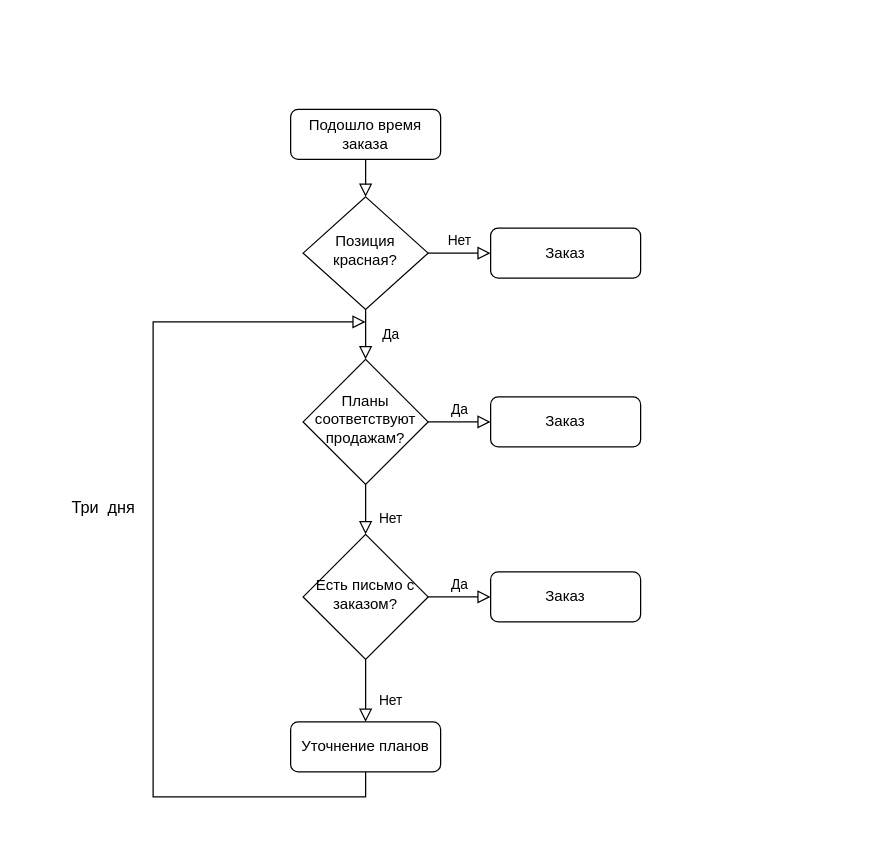
The draw.io diagram Untitled Diagram.drawio in CoolStartup/StartupIdeas, before the edit. Source tidied: cells renumbered, new cells numbered last; positions are measured from the earlier drawing's top-left corner, leaving out a move shared by most shapes. Both pictures are drawn from the tidied source at 125%, with x=0, y=0 at pixel (152, 109).
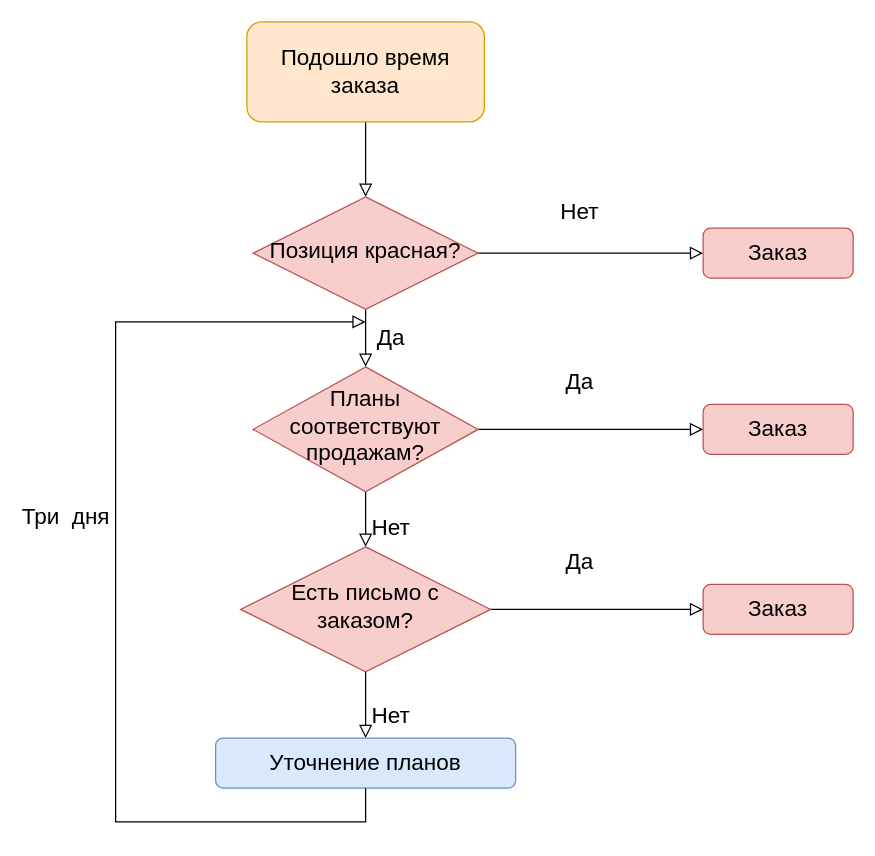
The same page after the edit.

What changed in the source:
```diff
@@
-    <mxCell id="3" value="Подошло время заказа" style="rounded=1;whiteSpace=wrap;html=1;fontSize=12;glass=0;strokeWidth=1;shadow=0;" parent="1" vertex="1">
-      <mxGeometry x="110" width="120" height="40" as="geometry" />
+    <mxCell id="3" value="Подошло время заказа" style="rounded=1;whiteSpace=wrap;html=1;fontSize=18;glass=0;strokeWidth=1;shadow=0;fillColor=#ffe6cc;strokeColor=#d79b00;" parent="1" vertex="1">
+      <mxGeometry x="75" y="-70" width="190" height="80" as="geometry" />
     </mxCell>
-    <mxCell id="4" value="Да" style="rounded=0;html=1;jettySize=auto;fontSize=11;endArrow=block;endFill=0;endSize=8;strokeWidth=1;shadow=0;labelBackgroundColor=none;edgeStyle=orthogonalEdgeStyle;" parent="1" edge="1" source="6" target="10">
+    <mxCell id="4" value="Да" style="rounded=0;html=1;jettySize=auto;fontSize=18;endArrow=block;endFill=0;endSize=8;strokeWidth=1;shadow=0;labelBackgroundColor=none;edgeStyle=orthogonalEdgeStyle;" parent="1" edge="1" source="6" target="10">
       <mxGeometry y="20" relative="1" as="geometry" />
     </mxCell>
-    <mxCell id="5" value="Нет" style="edgeStyle=orthogonalEdgeStyle;rounded=0;html=1;jettySize=auto;fontSize=11;endArrow=block;endFill=0;endSize=8;strokeWidth=1;shadow=0;labelBackgroundColor=none;" parent="1" edge="1" source="6" target="7">
-      <mxGeometry y="10" relative="1" as="geometry" />
+    <mxCell id="5" value="Нет" style="edgeStyle=orthogonalEdgeStyle;rounded=0;html=1;jettySize=auto;fontSize=18;endArrow=block;endFill=0;endSize=8;strokeWidth=1;shadow=0;labelBackgroundColor=none;" parent="1" edge="1" source="6" target="7">
+      <mxGeometry x="0.01" y="34" relative="1" as="geometry">
+        <mxPoint x="-10" y="1" as="offset" />
+      </mxGeometry>
     </mxCell>
-    <mxCell id="6" value="Позиция красная?" style="rhombus;whiteSpace=wrap;html=1;shadow=0;fontFamily=Helvetica;fontSize=12;align=center;strokeWidth=1;spacing=6;spacingTop=-4;" parent="1" vertex="1">
-      <mxGeometry x="120" y="70" width="100" height="90" as="geometry" />
+    <mxCell id="6" value="Позиция красная?" style="rhombus;whiteSpace=wrap;html=1;shadow=0;fontFamily=Helvetica;fontSize=18;align=center;strokeWidth=1;spacing=6;spacingTop=-4;fillColor=#f8cecc;strokeColor=#b85450;" parent="1" vertex="1">
+      <mxGeometry x="80" y="70" width="180" height="90" as="geometry" />
     </mxCell>
-    <mxCell id="7" value="Заказ" style="rounded=1;whiteSpace=wrap;html=1;fontSize=12;glass=0;strokeWidth=1;shadow=0;" parent="1" vertex="1">
-      <mxGeometry x="270" y="95" width="120" height="40" as="geometry" />
+    <mxCell id="7" value="Заказ" style="rounded=1;whiteSpace=wrap;html=1;fontSize=18;glass=0;strokeWidth=1;shadow=0;fillColor=#f8cecc;strokeColor=#b85450;" parent="1" vertex="1">
+      <mxGeometry x="440" y="95" width="120" height="40" as="geometry" />
     </mxCell>
-    <mxCell id="8" value="Нет" style="rounded=0;html=1;jettySize=auto;fontSize=11;endArrow=block;endFill=0;endSize=8;strokeWidth=1;shadow=0;labelBackgroundColor=none;edgeStyle=orthogonalEdgeStyle;entryX=0.5;entryY=0;entryDx=0;entryDy=0;" parent="1" edge="1" source="10" target="14">
+    <mxCell id="8" value="Нет" style="rounded=0;html=1;jettySize=auto;fontSize=18;endArrow=block;endFill=0;endSize=8;strokeWidth=1;shadow=0;labelBackgroundColor=none;edgeStyle=orthogonalEdgeStyle;entryX=0.5;entryY=0;entryDx=0;entryDy=0;" parent="1" edge="1" source="10" target="14">
       <mxGeometry x="0.33" y="20" relative="1" as="geometry" />
     </mxCell>
-    <mxCell id="9" value="Да" style="edgeStyle=orthogonalEdgeStyle;rounded=0;html=1;jettySize=auto;fontSize=11;endArrow=block;endFill=0;endSize=8;strokeWidth=1;shadow=0;labelBackgroundColor=none;" parent="1" edge="1" source="10" target="11">
-      <mxGeometry y="10" relative="1" as="geometry" />
+    <mxCell id="9" value="Да" style="edgeStyle=orthogonalEdgeStyle;rounded=0;html=1;jettySize=auto;fontSize=18;endArrow=block;endFill=0;endSize=8;strokeWidth=1;shadow=0;labelBackgroundColor=none;" parent="1" edge="1" source="10" target="11">
+      <mxGeometry x="0.01" y="39" relative="1" as="geometry">
+        <mxPoint x="-10" y="1" as="offset" />
+      </mxGeometry>
     </mxCell>
-    <mxCell id="10" value="Планы соответствуют продажам?" style="rhombus;whiteSpace=wrap;html=1;shadow=0;fontFamily=Helvetica;fontSize=12;align=center;strokeWidth=1;spacing=6;spacingTop=-4;" parent="1" vertex="1">
-      <mxGeometry x="120" y="200" width="100" height="100" as="geometry" />
+    <mxCell id="10" value="Планы соответствуют продажам?" style="rhombus;whiteSpace=wrap;html=1;shadow=0;fontFamily=Helvetica;fontSize=18;align=center;strokeWidth=1;spacing=6;spacingTop=-4;fillColor=#f8cecc;strokeColor=#b85450;" parent="1" vertex="1">
+      <mxGeometry x="80" y="206" width="180" height="100" as="geometry" />
     </mxCell>
-    <mxCell id="11" value="Заказ" style="rounded=1;whiteSpace=wrap;html=1;fontSize=12;glass=0;strokeWidth=1;shadow=0;" parent="1" vertex="1">
-      <mxGeometry x="270" y="230" width="120" height="40" as="geometry" />
+    <mxCell id="11" value="Заказ" style="rounded=1;whiteSpace=wrap;html=1;fontSize=18;glass=0;strokeWidth=1;shadow=0;fillColor=#f8cecc;strokeColor=#b85450;" parent="1" vertex="1">
+      <mxGeometry x="440" y="236" width="120" height="40" as="geometry" />
     </mxCell>
-    <mxCell id="12" value="Нет" style="rounded=0;html=1;jettySize=auto;fontSize=11;endArrow=block;endFill=0;endSize=8;strokeWidth=1;shadow=0;labelBackgroundColor=none;edgeStyle=orthogonalEdgeStyle;" parent="1" edge="1" source="14" target="15">
+    <mxCell id="12" value="Нет" style="rounded=0;html=1;jettySize=auto;fontSize=18;endArrow=block;endFill=0;endSize=8;strokeWidth=1;shadow=0;labelBackgroundColor=none;edgeStyle=orthogonalEdgeStyle;" parent="1" edge="1" source="14" target="15">
       <mxGeometry x="0.33" y="20" relative="1" as="geometry" />
     </mxCell>
-    <mxCell id="13" value="Да" style="edgeStyle=orthogonalEdgeStyle;rounded=0;html=1;jettySize=auto;fontSize=11;endArrow=block;endFill=0;endSize=8;strokeWidth=1;shadow=0;labelBackgroundColor=none;" parent="1" edge="1" source="14" target="16">
-      <mxGeometry y="10" relative="1" as="geometry" />
+    <mxCell id="13" value="Да" style="edgeStyle=orthogonalEdgeStyle;rounded=0;html=1;jettySize=auto;fontSize=18;endArrow=block;endFill=0;endSize=8;strokeWidth=1;shadow=0;labelBackgroundColor=none;" parent="1" edge="1" source="14" target="16">
+      <mxGeometry x="0.01" y="41" relative="1" as="geometry">
+        <mxPoint x="-15" y="3" as="offset" />
+      </mxGeometry>
     </mxCell>
-    <mxCell id="14" value="Есть письмо с заказом?" style="rhombus;whiteSpace=wrap;html=1;shadow=0;fontFamily=Helvetica;fontSize=12;align=center;strokeWidth=1;spacing=6;spacingTop=-4;" parent="1" vertex="1">
-      <mxGeometry x="120" y="340" width="100" height="100" as="geometry" />
+    <mxCell id="14" value="Есть письмо с заказом?" style="rhombus;whiteSpace=wrap;html=1;shadow=0;fontFamily=Helvetica;fontSize=18;align=center;strokeWidth=1;spacing=6;spacingTop=-4;fillColor=#f8cecc;strokeColor=#b85450;" parent="1" vertex="1">
+      <mxGeometry x="70" y="350" width="200" height="100" as="geometry" />
     </mxCell>
-    <mxCell id="15" value="Уточнение планов" style="rounded=1;whiteSpace=wrap;html=1;fontSize=12;glass=0;strokeWidth=1;shadow=0;" parent="1" vertex="1">
-      <mxGeometry x="110" y="490" width="120" height="40" as="geometry" />
+    <mxCell id="15" value="Уточнение планов" style="rounded=1;whiteSpace=wrap;html=1;fontSize=18;glass=0;strokeWidth=1;shadow=0;fillColor=#dae8fc;strokeColor=#6c8ebf;" parent="1" vertex="1">
+      <mxGeometry x="50" y="503" width="240" height="40" as="geometry" />
     </mxCell>
-    <mxCell id="16" value="Заказ" style="rounded=1;whiteSpace=wrap;html=1;fontSize=12;glass=0;strokeWidth=1;shadow=0;" parent="1" vertex="1">
-      <mxGeometry x="270" y="370" width="120" height="40" as="geometry" />
+    <mxCell id="16" value="Заказ" style="rounded=1;whiteSpace=wrap;html=1;fontSize=18;glass=0;strokeWidth=1;shadow=0;fillColor=#f8cecc;strokeColor=#b85450;" parent="1" vertex="1">
+      <mxGeometry x="440" y="380" width="120" height="40" as="geometry" />
     </mxCell>
-    <mxCell id="17" value="Три&amp;nbsp; дня" style="rounded=0;html=1;jettySize=auto;fontSize=13;endArrow=block;endFill=0;endSize=8;strokeWidth=1;shadow=0;labelBackgroundColor=none;edgeStyle=orthogonalEdgeStyle;exitX=0.5;exitY=1;exitDx=0;exitDy=0;" parent="1" edge="1" source="15">
+    <mxCell id="17" value="Три&amp;nbsp; дня" style="rounded=0;html=1;jettySize=auto;fontSize=18;endArrow=block;endFill=0;endSize=8;strokeWidth=1;shadow=0;labelBackgroundColor=none;edgeStyle=orthogonalEdgeStyle;exitX=0.5;exitY=1;exitDx=0;exitDy=0;" parent="1" edge="1" source="15">
       <mxGeometry x="0.14" y="40" relative="1" as="geometry">
         <mxPoint x="170" y="170" as="targetPoint" />
         <Array as="points">
-          <mxPoint x="170" y="550" />
-          <mxPoint y="550" />
-          <mxPoint y="170" />
+          <mxPoint x="170" y="570" />
+          <mxPoint x="-30" y="570" />
+          <mxPoint x="-30" y="170" />
         </Array>
       </mxGeometry>
     </mxCell>
```
